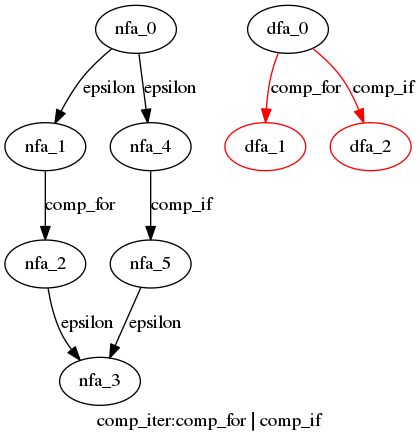
Above: cpython/grammar/handwrite/nfa_dfas/81.comp_iter.dot.png in WinChua/blog (Graphviz), before the change. Its source is kept beside it as cpython/grammar/handwrite/nfa_dfas/81.comp_iter.dot. Source of this version:
```dot
digraph comp_iter {
 graph[label="comp_iter:comp_for | comp_if"]
 subgraph comp_iter_nfa {
  nfa_0->nfa_1[label="epsilon"]
  nfa_1->nfa_2[label="comp_for"]
  nfa_2->nfa_3[label="epsilon"]
  nfa_0->nfa_4[label="epsilon"]
  nfa_4->nfa_5[label="comp_if"]
  nfa_5->nfa_3[label="epsilon"]
  }
 subgraph comp_iter_dfa {
  dfa_0->dfa_1[label="comp_for",color=red]
  dfa_0->dfa_2[label="comp_if",color=red]
  dfa_1[color=red]
  dfa_2[color=red]
  }
}
```
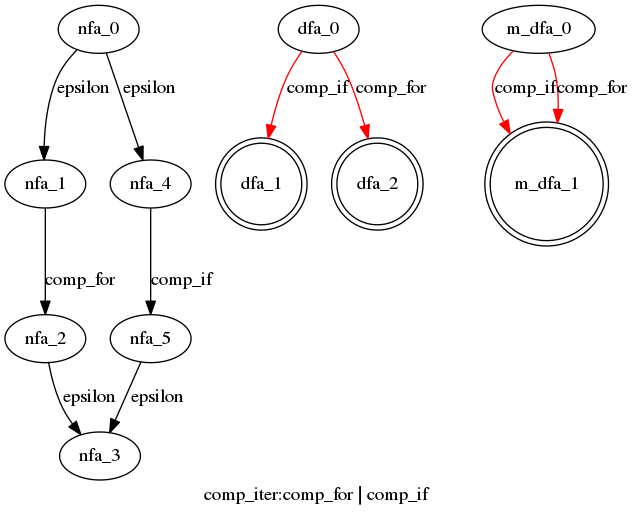
Above is the later version.

Diff of the diagram source:
```diff
@@ -9,9 +9,14 @@
   nfa_5->nfa_3[label="epsilon"]
   }
  subgraph comp_iter_dfa {
-  dfa_0->dfa_1[label="comp_for",color=red]
-  dfa_0->dfa_2[label="comp_if",color=red]
-  dfa_1[color=red]
-  dfa_2[color=red]
+  dfa_0->dfa_1[label="comp_if",color=red]
+  dfa_0->dfa_2[label="comp_for",color=red]
+  dfa_1[shape=doublecircle]
+  dfa_2[shape=doublecircle]
+  }
+ subgraph comp_iter_m_dfa {
+  m_dfa_0->m_dfa_1[label="comp_if",color=red]
+  m_dfa_0->m_dfa_1[label="comp_for",color=red]
+  m_dfa_1[shape=doublecircle]
   }
 }
```
